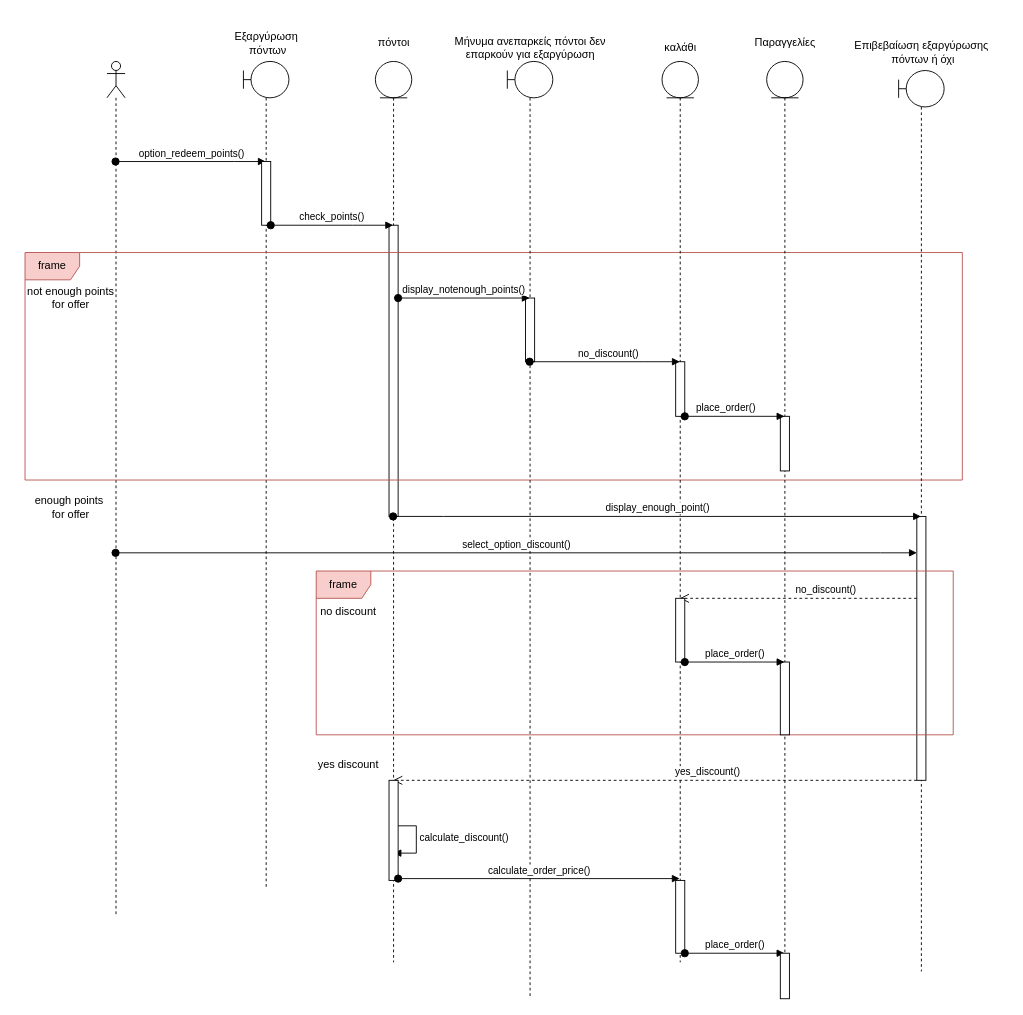
Galenus-Pharmacy/GalenusPharmacies keeps this draw.io diagram as Παραδοτέο_4/sequence/sequence_7.drawio. Above is the earlier version. Source tidied: cells renumbered, new cells numbered last; positions are measured from the earlier drawing's top-left corner, leaving out a move shared by most shapes. Both pictures are drawn from the tidied source at 91%, with x=0, y=0 at pixel (15, 25).
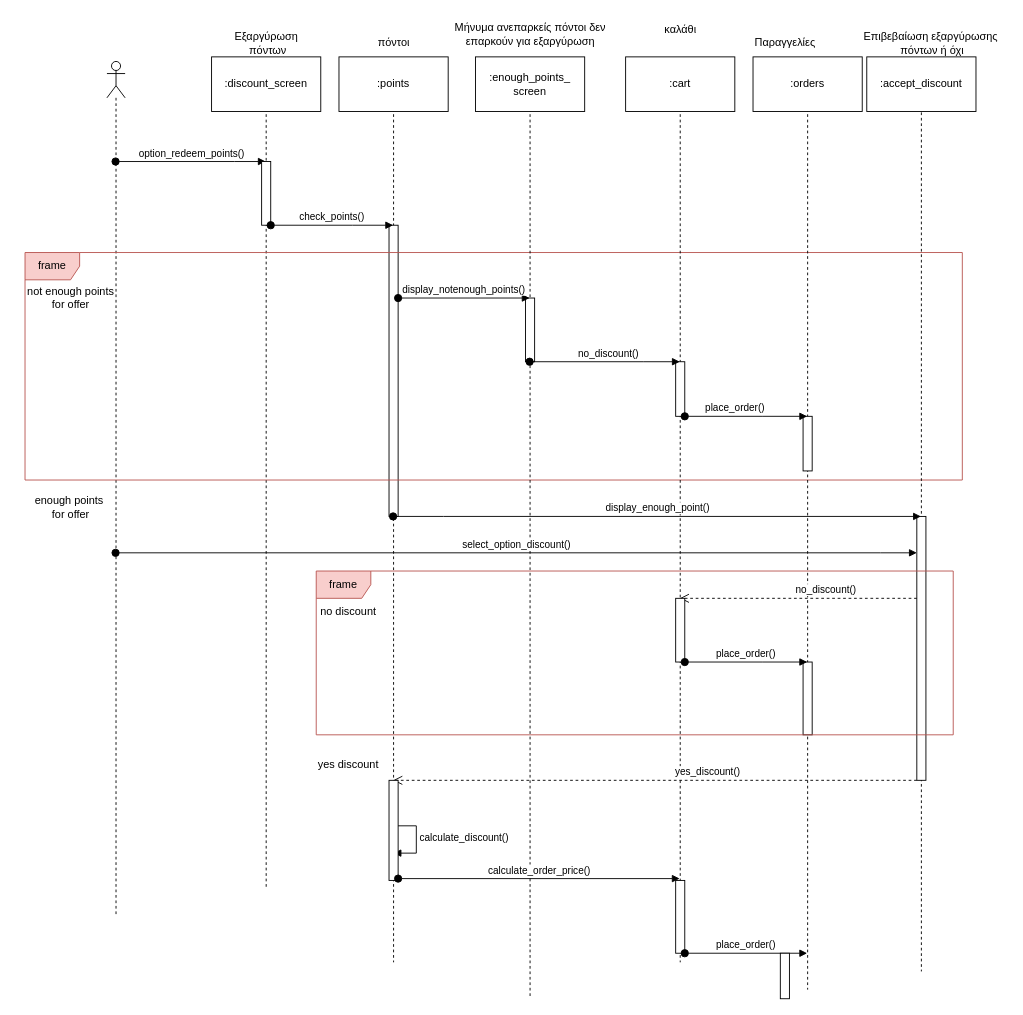
Above is the later version.

What changed in the source:
```diff
@@
     <mxCell id="15" value="Mήνυμα ανεπαρκείς πόντοι δεν &lt;br&gt;επαρκούν για εξαργύρωση" style="text;html=1;align=center;verticalAlign=middle;strokeColor=none;fillColor=none;" parent="1" vertex="1">
-      <mxGeometry x="470" y="5" width="190" height="40" as="geometry" />
+      <mxGeometry x="470" y="-10" width="190" height="40" as="geometry" />
     </mxCell>
@@
     <mxCell id="22" value="καλάθι" style="text;html=1;align=center;verticalAlign=middle;strokeColor=none;fillColor=none;" parent="1" vertex="1">
-      <mxGeometry x="700" y="10" width="60" height="30" as="geometry" />
+      <mxGeometry x="700" y="-10" width="60" height="30" as="geometry" />
     </mxCell>
     <mxCell id="23" style="shape=umlLifeline;perimeter=lifelinePerimeter;whiteSpace=wrap;html=1;outlineConnect=0;portConstraint=eastwest;newEdgeStyle={&quot;edgeStyle&quot;:&quot;elbowEdgeStyle&quot;,&quot;elbow&quot;:&quot;vertical&quot;,&quot;curved&quot;:0,&quot;rounded&quot;:0};participant=umlEntity;" parent="1" vertex="1">
-      <mxGeometry x="825" y="40" width="40" height="1020" as="geometry" />
+      <mxGeometry x="850" y="40" width="40" height="1020" as="geometry" />
     </mxCell>
@@
+    <mxCell id="36" style="html=1;perimeter=orthogonalPerimeter;targetShapes=umlLifeline;newEdgeStyle={&quot;edgeStyle&quot;:&quot;elbowEdgeStyle&quot;,&quot;elbow&quot;:&quot;vertical&quot;,&quot;curved&quot;:0,&quot;rounded&quot;:0};" parent="23" vertex="1">
+      <mxGeometry x="15" y="660" width="10" height="80" as="geometry" />
+    </mxCell>
@@
     <mxCell id="29" value="Επιβεβαίωση εξαργύρωσης&lt;br&gt;&amp;nbsp;πόντων ή όχι" style="text;html=1;align=center;verticalAlign=middle;strokeColor=none;fillColor=none;" parent="1" vertex="1">
-      <mxGeometry x="910" y="10" width="170" height="40" as="geometry" />
+      <mxGeometry x="920" width="170" height="40" as="geometry" />
     </mxCell>
@@
-    <mxCell id="36" style="html=1;perimeter=orthogonalPerimeter;targetShapes=umlLifeline;newEdgeStyle={&quot;edgeStyle&quot;:&quot;elbowEdgeStyle&quot;,&quot;elbow&quot;:&quot;vertical&quot;,&quot;curved&quot;:0,&quot;rounded&quot;:0};" parent="1" vertex="1">
-      <mxGeometry x="840" y="700" width="10" height="80" as="geometry" />
-    </mxCell>
@@
+    <mxCell id="45" value=":points" style="whiteSpace=wrap;html=1;" parent="1" vertex="1">
+      <mxGeometry x="355" y="35" width="120" height="60" as="geometry" />
+    </mxCell>
+    <mxCell id="46" value=":enough_points_&lt;br&gt;screen" style="whiteSpace=wrap;html=1;" parent="1" vertex="1">
+      <mxGeometry x="505" y="35" width="120" height="60" as="geometry" />
+    </mxCell>
+    <mxCell id="47" value=":cart" style="whiteSpace=wrap;html=1;" parent="1" vertex="1">
+      <mxGeometry x="670" y="35" width="120" height="60" as="geometry" />
+    </mxCell>
+    <mxCell id="48" value=":orders" style="whiteSpace=wrap;html=1;" parent="1" vertex="1">
+      <mxGeometry x="810" y="35" width="120" height="60" as="geometry" />
+    </mxCell>
+    <mxCell id="49" value=":accept_discount" style="whiteSpace=wrap;html=1;" parent="1" vertex="1">
+      <mxGeometry x="935" y="35" width="120" height="60" as="geometry" />
+    </mxCell>
+    <mxCell id="50" value=":discount_screen" style="whiteSpace=wrap;html=1;" parent="1" vertex="1">
+      <mxGeometry x="215" y="35" width="120" height="60" as="geometry" />
+    </mxCell>
```
